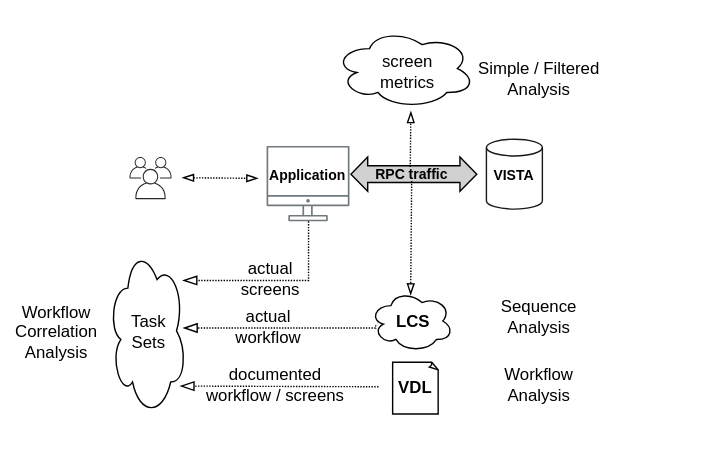
This is img/workflow-analytics.svg from cloudvista/vaa, a draw.io export, as it was before one commit. Source tidied: cells renumbered, new cells last; positions are measured from the earlier drawing's top-left corner, leaving out a move shared by most shapes. Its diagram source:
```xml
<mxGraphModel>
  <root>
    <mxCell id="0" />
    <mxCell id="1" parent="0" />
    <mxCell id="2" style="rounded=1;whiteSpace=wrap;html=1;strokeColor=none;" parent="1" vertex="1">
      <mxGeometry width="510" height="320" as="geometry" />
    </mxCell>
    <mxCell id="3" style="ellipse;shape=cloud;whiteSpace=wrap;html=1;shadow=0;sketch=0;fillStyle=solid;strokeColor=default;strokeWidth=1;fontSize=10;fillColor=none;gradientColor=none;" parent="1" vertex="1">
      <mxGeometry x="238.4" y="20" width="100.5" height="57" as="geometry" />
    </mxCell>
    <mxCell id="4" style="ellipse;shape=cloud;whiteSpace=wrap;html=1;shadow=0;sketch=0;fillStyle=solid;strokeColor=default;strokeWidth=1;fontSize=10;fillColor=none;gradientColor=none;" parent="1" vertex="1">
      <mxGeometry x="264" y="207" width="59.4" height="44" as="geometry" />
    </mxCell>
    <mxCell id="5" style="whiteSpace=wrap;html=1;shape=mxgraph.basic.document;strokeColor=default;strokeWidth=1;fontSize=10;fillColor=none;gradientColor=none;" parent="1" vertex="1">
      <mxGeometry x="280.1" y="258.5" width="32.9" height="37" as="geometry" />
    </mxCell>
    <mxCell id="6" style="outlineConnect=0;gradientColor=none;fontColor=#545B64;strokeColor=none;fillColor=#70797D;dashed=0;verticalLabelPosition=bottom;verticalAlign=top;align=center;html=1;fontSize=12;fontStyle=0;shape=mxgraph.aws4.illustration_desktop;shadow=0;fillStyle=solid;" parent="1" vertex="1">
      <mxGeometry x="190" y="103.8" width="59.3" height="53.9" as="geometry" />
    </mxCell>
    <mxCell id="7" style="html=1;shadow=0;dashed=0;align=center;verticalAlign=middle;shape=mxgraph.arrows2.twoWayArrow;dy=0.51;dx=12.03;fillColor=#D1D1D1;" parent="1" vertex="1">
      <mxGeometry x="250.3" y="111.8" width="90" height="24.5" as="geometry" />
    </mxCell>
    <mxCell id="8" value="RPC traffic" style="text;strokeColor=none;align=center;fillColor=none;html=1;verticalAlign=middle;whiteSpace=wrap;rounded=0;fontSize=10;fontStyle=1;" parent="1" vertex="1">
      <mxGeometry x="263.7" y="118.9" width="60" height="10" as="geometry" />
    </mxCell>
    <mxCell id="9" value="&lt;b&gt;LCS&lt;/b&gt;" style="text;strokeColor=none;align=center;fillColor=none;html=1;verticalAlign=middle;whiteSpace=wrap;rounded=0;" parent="1" vertex="1">
      <mxGeometry x="281.6" y="219" width="26.3" height="22" as="geometry" />
    </mxCell>
    <mxCell id="10" value="Application" style="text;strokeColor=none;align=center;fillColor=none;html=1;verticalAlign=middle;whiteSpace=wrap;rounded=0;fontSize=10;fontStyle=1;" parent="1" vertex="1">
      <mxGeometry x="193" y="110" width="53.5" height="29.9" as="geometry" />
    </mxCell>
    <mxCell id="11" value="&lt;font style=&quot;font-size: 12px;&quot;&gt;&lt;b&gt;VDL&lt;/b&gt;&lt;/font&gt;" style="text;strokeColor=none;align=center;fillColor=none;html=1;verticalAlign=middle;whiteSpace=wrap;rounded=0;fontSize=10;" parent="1" vertex="1">
      <mxGeometry x="283.8" y="262" width="25.4" height="30" as="geometry" />
    </mxCell>
    <mxCell id="12" style="shape=cylinder3;whiteSpace=wrap;html=1;boundedLbl=1;backgroundOutline=1;size=5.999999999999943;strokeColor=#191919;strokeWidth=1;fillColor=#FFFFFF;gradientColor=none;" parent="1" vertex="1">
      <mxGeometry x="347.2" y="99" width="40" height="50" as="geometry" />
    </mxCell>
    <mxCell id="13" value="VISTA" style="text;strokeColor=none;align=center;fillColor=none;html=1;verticalAlign=middle;whiteSpace=wrap;rounded=0;fontSize=10;fontStyle=1;" parent="1" vertex="1">
      <mxGeometry x="337.2" y="109.9" width="60" height="30" as="geometry" />
    </mxCell>
    <mxCell id="14" value="Simple / Filtered&lt;br&gt;Analysis" style="text;strokeColor=none;align=center;fillColor=none;html=1;verticalAlign=middle;whiteSpace=wrap;rounded=0;" parent="1" vertex="1">
      <mxGeometry x="339.9" y="40.5" width="90" height="30" as="geometry" />
    </mxCell>
    <mxCell id="15" value="Workflow&lt;br&gt;Analysis" style="text;strokeColor=none;align=center;fillColor=none;html=1;verticalAlign=middle;whiteSpace=wrap;rounded=0;" parent="1" vertex="1">
      <mxGeometry x="354.9" y="260" width="60" height="30" as="geometry" />
    </mxCell>
    <mxCell id="16" style="endArrow=blockThin;html=1;fontSize=10;dashed=1;dashPattern=1 1;endFill=0;exitX=0.5;exitY=0;exitDx=0;exitDy=0;" parent="1" edge="1">
      <mxGeometry relative="1" as="geometry">
        <mxPoint x="292.7" y="118.9" as="sourcePoint" />
        <mxPoint x="293.2" y="79" as="targetPoint" />
      </mxGeometry>
    </mxCell>
    <mxCell id="17" style="endArrow=blockThin;html=1;fontSize=10;dashed=1;dashPattern=1 1;endFill=0;exitX=0.5;exitY=1;exitDx=0;exitDy=0;entryX=0.488;entryY=0.08;entryDx=0;entryDy=0;entryPerimeter=0;" parent="1" edge="1" source="8" target="4">
      <mxGeometry relative="1" as="geometry" />
    </mxCell>
    <mxCell id="18" value="screen&lt;br&gt;metrics" style="text;strokeColor=none;align=center;fillColor=none;html=1;verticalAlign=middle;whiteSpace=wrap;rounded=0;" parent="1" vertex="1">
      <mxGeometry x="261.5" y="40.5" width="60" height="20" as="geometry" />
    </mxCell>
    <mxCell id="19" style="ellipse;shape=cloud;whiteSpace=wrap;html=1;shadow=0;sketch=0;fillStyle=solid;strokeColor=default;strokeWidth=1;fontSize=10;fillColor=none;gradientColor=none;" parent="1" vertex="1">
      <mxGeometry x="76.9" y="175" width="55.7" height="122" as="geometry" />
    </mxCell>
    <mxCell id="20" value="Workflow&lt;br&gt;Correlation&lt;br&gt;Analysis" style="text;strokeColor=none;align=center;fillColor=none;html=1;verticalAlign=middle;whiteSpace=wrap;rounded=0;" parent="1" vertex="1">
      <mxGeometry x="10" y="222" width="60" height="30" as="geometry" />
    </mxCell>
    <mxCell id="21" style="edgeStyle=elbowEdgeStyle;elbow=vertical;endArrow=blockThin;html=1;curved=0;rounded=0;endSize=8;startSize=8;dashed=1;dashPattern=1 1;fontSize=10;endFill=0;startArrow=none;startFill=0;" parent="1" edge="1">
      <mxGeometry relative="1" as="geometry">
        <mxPoint x="270" y="276" as="sourcePoint" />
        <mxPoint x="128" y="276" as="targetPoint" />
        <Array as="points">
          <mxPoint x="143.9" y="275.5" />
        </Array>
      </mxGeometry>
    </mxCell>
    <mxCell id="22" style="whiteSpace=wrap;html=1;shadow=0;sketch=0;fillStyle=solid;strokeColor=none;strokeWidth=1;fontSize=10;fillColor=#FFFFFF;gradientColor=none;" parent="1" vertex="1">
      <mxGeometry x="91.9" y="109" width="33.8" height="33.8" as="geometry" />
    </mxCell>
    <mxCell id="23" style="sketch=0;gradientColor=none;fontColor=#545B64;strokeColor=none;fillColor=#272A2B;dashed=0;verticalLabelPosition=bottom;verticalAlign=top;align=center;html=1;fontSize=12;fontStyle=0;shape=mxgraph.aws4.illustration_users;strokeWidth=1;" parent="1" vertex="1">
      <mxGeometry x="92" y="111.8" width="30.1" height="30.1" as="geometry" />
    </mxCell>
    <mxCell id="24" style="endArrow=blockThin;html=1;fontSize=10;dashed=1;dashPattern=1 1;endFill=0;startArrow=blockThin;startFill=0;" parent="1" edge="1">
      <mxGeometry relative="1" as="geometry">
        <mxPoint x="129.7" y="126.6" as="sourcePoint" />
        <mxPoint x="184" y="127" as="targetPoint" />
      </mxGeometry>
    </mxCell>
    <mxCell id="25" value="Sequence&lt;br&gt;Analysis" style="text;strokeColor=none;align=center;fillColor=none;html=1;verticalAlign=middle;whiteSpace=wrap;rounded=0;" parent="1" vertex="1">
      <mxGeometry x="354.9" y="211" width="60" height="30" as="geometry" />
    </mxCell>
    <mxCell id="26" style="edgeStyle=elbowEdgeStyle;elbow=vertical;endArrow=blockThin;html=1;curved=0;rounded=0;endSize=8;startSize=8;dashed=1;dashPattern=1 1;fontSize=10;endFill=0;startArrow=none;startFill=0;" parent="1" edge="1" source="6">
      <mxGeometry relative="1" as="geometry">
        <mxPoint x="130" y="200" as="targetPoint" />
        <Array as="points">
          <mxPoint x="220" y="200" />
          <mxPoint x="230" y="200" />
        </Array>
      </mxGeometry>
    </mxCell>
    <mxCell id="27" value="actual&lt;br&gt;screens" style="text;strokeColor=none;align=center;fillColor=none;html=1;verticalAlign=middle;whiteSpace=wrap;rounded=0;" parent="1" vertex="1">
      <mxGeometry x="173" y="188" width="40" height="21" as="geometry" />
    </mxCell>
    <mxCell id="28" value="documented &lt;br&gt;workflow / screens" style="text;strokeColor=none;align=center;fillColor=none;html=1;verticalAlign=middle;whiteSpace=wrap;rounded=0;" parent="1" vertex="1">
      <mxGeometry x="135.2" y="267" width="122.8" height="16" as="geometry" />
    </mxCell>
    <mxCell id="29" style="edgeStyle=elbowEdgeStyle;elbow=vertical;endArrow=blockThin;html=1;curved=0;rounded=0;endSize=8;startSize=8;dashed=1;dashPattern=1 1;fontSize=10;endFill=0;startArrow=none;startFill=0;exitX=0.067;exitY=0.568;exitDx=0;exitDy=0;exitPerimeter=0;" parent="1" edge="1" source="4">
      <mxGeometry relative="1" as="geometry">
        <mxPoint x="130.3" y="234.5" as="targetPoint" />
        <Array as="points">
          <mxPoint x="146.2" y="234" />
        </Array>
      </mxGeometry>
    </mxCell>
    <mxCell id="30" value="actual &lt;br&gt;workflow" style="text;strokeColor=none;align=center;fillColor=none;html=1;verticalAlign=middle;whiteSpace=wrap;rounded=0;" parent="1" vertex="1">
      <mxGeometry x="171" y="222" width="40.9" height="21" as="geometry" />
    </mxCell>
    <mxCell id="31" value="Task&lt;br&gt;Sets" style="text;strokeColor=none;align=center;fillColor=none;html=1;verticalAlign=middle;whiteSpace=wrap;rounded=0;" parent="1" vertex="1">
      <mxGeometry x="85.7" y="222" width="40" height="30" as="geometry" />
    </mxCell>
  </root>
</mxGraphModel>
```
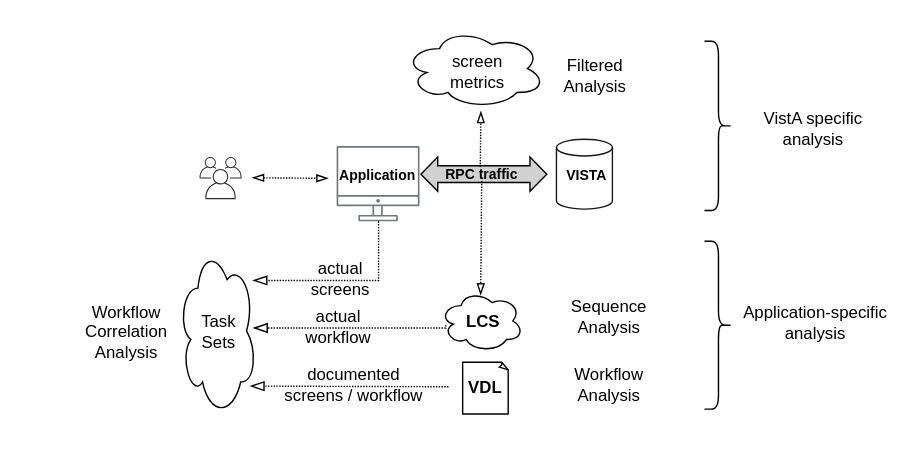
The same diagram one commit later.

Diff of the diagram source:
```diff
@@ -3,7 +3,7 @@
     <mxCell id="0" />
     <mxCell id="1" parent="0" />
     <mxCell id="2" style="rounded=1;whiteSpace=wrap;html=1;strokeColor=none;" parent="1" vertex="1">
-      <mxGeometry width="510" height="320" as="geometry" />
+      <mxGeometry x="-50" width="650" height="330" as="geometry" />
     </mxCell>
     <mxCell id="3" style="ellipse;shape=cloud;whiteSpace=wrap;html=1;shadow=0;sketch=0;fillStyle=solid;strokeColor=default;strokeWidth=1;fontSize=10;fillColor=none;gradientColor=none;" parent="1" vertex="1">
       <mxGeometry x="238.4" y="20" width="100.5" height="57" as="geometry" />
@@ -36,10 +36,10 @@
       <mxGeometry x="347.2" y="99" width="40" height="50" as="geometry" />
     </mxCell>
     <mxCell id="13" value="VISTA" style="text;strokeColor=none;align=center;fillColor=none;html=1;verticalAlign=middle;whiteSpace=wrap;rounded=0;fontSize=10;fontStyle=1;" parent="1" vertex="1">
-      <mxGeometry x="337.2" y="109.9" width="60" height="30" as="geometry" />
+      <mxGeometry x="339.2" y="109.9" width="60" height="30" as="geometry" />
     </mxCell>
-    <mxCell id="14" value="Simple / Filtered&lt;br&gt;Analysis" style="text;strokeColor=none;align=center;fillColor=none;html=1;verticalAlign=middle;whiteSpace=wrap;rounded=0;" parent="1" vertex="1">
-      <mxGeometry x="339.9" y="40.5" width="90" height="30" as="geometry" />
+    <mxCell id="14" value="Filtered&lt;br&gt;Analysis" style="text;strokeColor=none;align=center;fillColor=none;html=1;verticalAlign=middle;whiteSpace=wrap;rounded=0;" parent="1" vertex="1">
+      <mxGeometry x="339.9" y="38.5" width="70.2" height="30" as="geometry" />
     </mxCell>
     <mxCell id="15" value="Workflow&lt;br&gt;Analysis" style="text;strokeColor=none;align=center;fillColor=none;html=1;verticalAlign=middle;whiteSpace=wrap;rounded=0;" parent="1" vertex="1">
       <mxGeometry x="354.9" y="260" width="60" height="30" as="geometry" />
@@ -98,8 +98,8 @@
     <mxCell id="27" value="actual&lt;br&gt;screens" style="text;strokeColor=none;align=center;fillColor=none;html=1;verticalAlign=middle;whiteSpace=wrap;rounded=0;" parent="1" vertex="1">
       <mxGeometry x="173" y="188" width="40" height="21" as="geometry" />
     </mxCell>
-    <mxCell id="28" value="documented &lt;br&gt;workflow / screens" style="text;strokeColor=none;align=center;fillColor=none;html=1;verticalAlign=middle;whiteSpace=wrap;rounded=0;" parent="1" vertex="1">
-      <mxGeometry x="135.2" y="267" width="122.8" height="16" as="geometry" />
+    <mxCell id="28" value="documented &lt;br&gt;screens / workflow" style="text;strokeColor=none;align=center;fillColor=none;html=1;verticalAlign=middle;whiteSpace=wrap;rounded=0;" parent="1" vertex="1">
+      <mxGeometry x="145" y="267" width="115" height="16" as="geometry" />
     </mxCell>
     <mxCell id="29" style="edgeStyle=elbowEdgeStyle;elbow=vertical;endArrow=blockThin;html=1;curved=0;rounded=0;endSize=8;startSize=8;dashed=1;dashPattern=1 1;fontSize=10;endFill=0;startArrow=none;startFill=0;exitX=0.067;exitY=0.568;exitDx=0;exitDy=0;exitPerimeter=0;" parent="1" edge="1" source="4">
       <mxGeometry relative="1" as="geometry">
@@ -115,5 +115,17 @@
     <mxCell id="31" value="Task&lt;br&gt;Sets" style="text;strokeColor=none;align=center;fillColor=none;html=1;verticalAlign=middle;whiteSpace=wrap;rounded=0;" parent="1" vertex="1">
       <mxGeometry x="85.7" y="222" width="40" height="30" as="geometry" />
     </mxCell>
+    <mxCell id="32" value="VistA specific&lt;br&gt;analysis" style="text;strokeColor=none;align=center;fillColor=none;html=1;verticalAlign=middle;whiteSpace=wrap;rounded=0;" parent="1" vertex="1">
+      <mxGeometry x="485.5" y="76.5" width="90" height="30" as="geometry" />
+    </mxCell>
+    <mxCell id="33" value="Application-specific&lt;br&gt;analysis" style="text;strokeColor=none;align=center;fillColor=none;html=1;verticalAlign=middle;whiteSpace=wrap;rounded=0;" parent="1" vertex="1">
+      <mxGeometry x="476" y="215" width="113" height="30" as="geometry" />
+    </mxCell>
+    <mxCell id="34" style="shape=curlyBracket;whiteSpace=wrap;html=1;rounded=1;flipH=1;labelPosition=right;verticalLabelPosition=middle;align=left;verticalAlign=middle;" parent="1" vertex="1">
+      <mxGeometry x="453" y="29" width="20" height="121" as="geometry" />
+    </mxCell>
+    <mxCell id="35" style="shape=curlyBracket;whiteSpace=wrap;html=1;rounded=1;flipH=1;labelPosition=right;verticalLabelPosition=middle;align=left;verticalAlign=middle;" parent="1" vertex="1">
+      <mxGeometry x="453" y="172" width="20" height="120" as="geometry" />
+    </mxCell>
   </root>
 </mxGraphModel>
```
